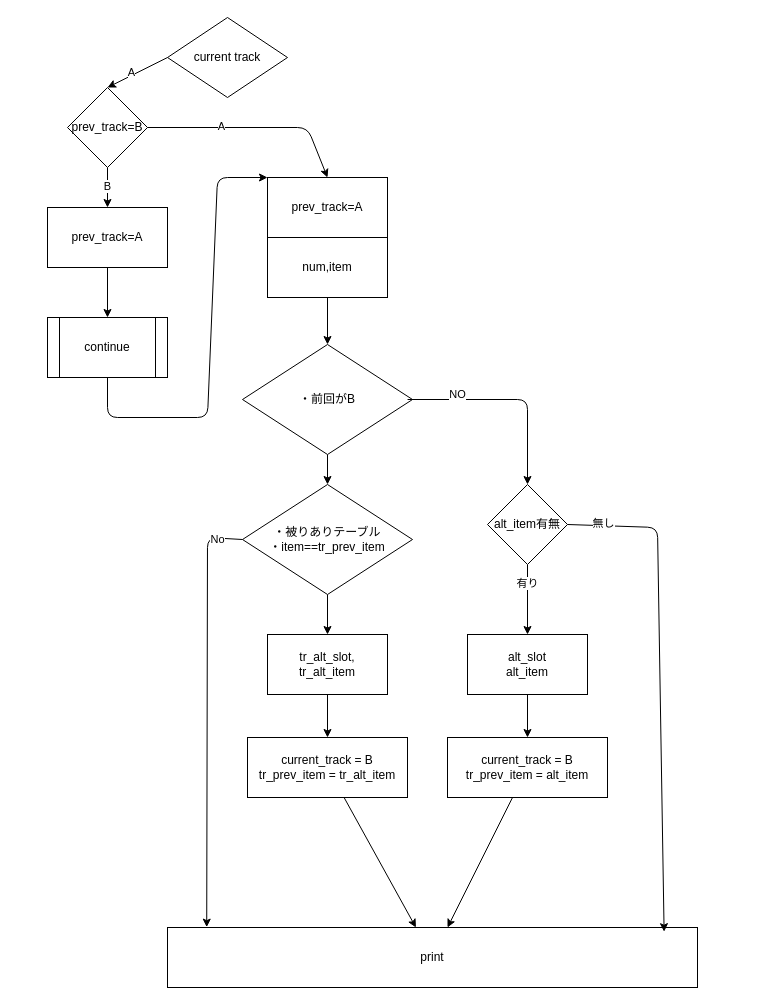
ebae1/nyanko_st keeps this draw.io diagram as page "ページ2" (2 of 2) of フローチャート.dio. Above is the earlier version. Source tidied: cells renumbered, new cells numbered last; positions are measured from the earlier drawing's top-left corner, leaving out a move shared by most shapes. Both pictures are drawn from the tidied source at 100%, with x=0, y=0 at pixel (47, 17).
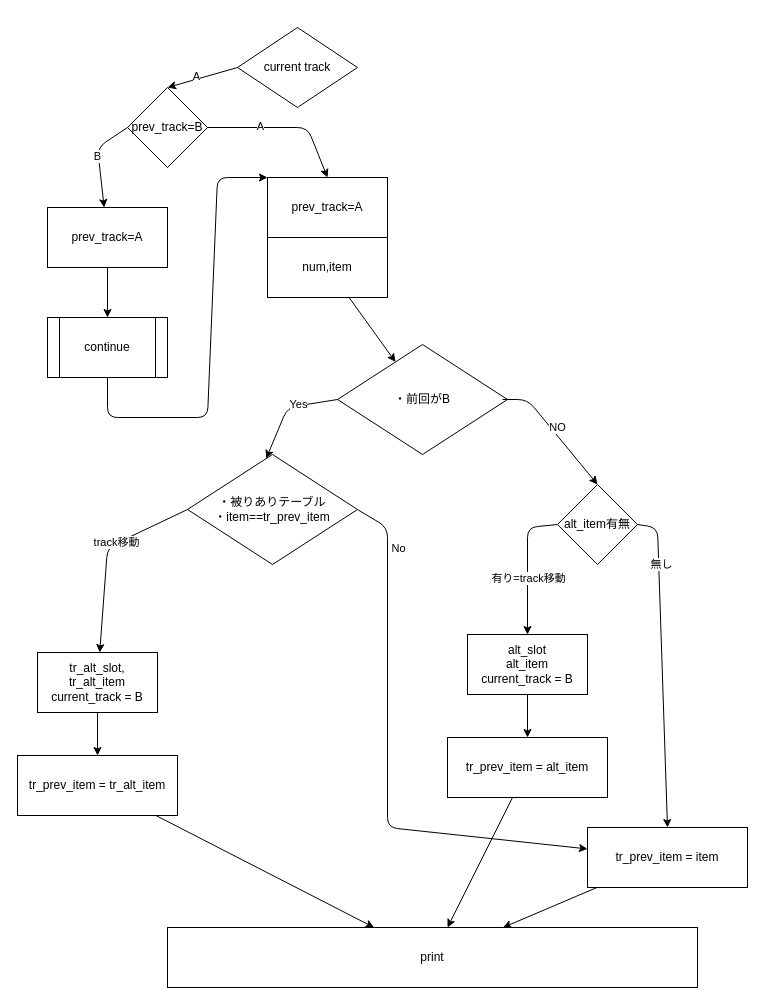
The same diagram, later.

Commit message (it also covers changes not shown here):
ブラッシュアップ

Unchanged cells that the change refers to:
```xml
<mxCell id="17" value="&lt;span style=&quot;color: rgb(0, 0, 0);&quot;&gt;prev_track=A&lt;/span&gt;" style="rounded=0;whiteSpace=wrap;html=1;" parent="1" vertex="1">
  <mxGeometry y="190" width="120" height="60" as="geometry" />
</mxCell>
<mxCell id="24" style="edgeStyle=none;html=1;entryX=0.5;entryY=0;entryDx=0;entryDy=0;exitX=0.971;exitY=0.5;exitDx=0;exitDy=0;exitPerimeter=0;" parent="1" edge="1" source="22" target="29">
  <mxGeometry relative="1" as="geometry">
    <Array as="points">
      <mxPoint x="480" y="382" />
    </Array>
  </mxGeometry>
</mxCell>
<mxCell id="34" value="print" style="rounded=0;whiteSpace=wrap;html=1;" parent="1" vertex="1">
  <mxGeometry x="120" y="910" width="530" height="60" as="geometry" />
</mxCell>
```

The edit, as a diff of the source:
```diff
@@
     <mxCell id="4" value="current track" style="rhombus;whiteSpace=wrap;html=1;" parent="1" vertex="1">
-      <mxGeometry x="120" width="120" height="80" as="geometry" />
+      <mxGeometry x="190" y="10" width="120" height="80" as="geometry" />
     </mxCell>
-    <mxCell id="5" style="edgeStyle=none;html=1;exitX=0.5;exitY=1;exitDx=0;exitDy=0;" parent="1" edge="1" source="7" target="17">
-      <mxGeometry relative="1" as="geometry" />
+    <mxCell id="5" style="edgeStyle=none;html=1;exitX=0;exitY=0.5;exitDx=0;exitDy=0;" parent="1" edge="1" source="7" target="17">
+      <mxGeometry relative="1" as="geometry">
+        <Array as="points">
+          <mxPoint x="50" y="130" />
+        </Array>
+      </mxGeometry>
     </mxCell>
@@
     <mxCell id="7" value="prev_track=B" style="rhombus;whiteSpace=wrap;html=1;" parent="1" vertex="1">
-      <mxGeometry x="20" y="70" width="80" height="80" as="geometry" />
+      <mxGeometry x="80" y="70" width="80" height="80" as="geometry" />
     </mxCell>
@@
-    <mxCell id="16" value="current_track = B&lt;br&gt;tr_prev_item = tr_alt_item" style="rounded=0;whiteSpace=wrap;html=1;" parent="1" vertex="1">
-      <mxGeometry x="200" y="720" width="160" height="60" as="geometry" />
+    <mxCell id="16" value="tr_prev_item = tr_alt_item" style="rounded=0;whiteSpace=wrap;html=1;" parent="1" vertex="1">
+      <mxGeometry x="-30" y="738" width="160" height="60" as="geometry" />
     </mxCell>
@@
-    <mxCell id="20" style="edgeStyle=none;html=1;exitX=0.5;exitY=1;exitDx=0;exitDy=0;" parent="1" edge="1" source="26" target="23">
-      <mxGeometry relative="1" as="geometry" />
-    </mxCell>
-    <mxCell id="21" style="edgeStyle=none;html=1;" parent="1" edge="1" source="22" target="26">
-      <mxGeometry relative="1" as="geometry" />
+    <mxCell id="21" style="edgeStyle=none;html=1;entryX=0.463;entryY=0.036;entryDx=0;entryDy=0;entryPerimeter=0;exitX=0;exitY=0.5;exitDx=0;exitDy=0;" parent="1" edge="1" source="22" target="26">
+      <mxGeometry relative="1" as="geometry">
+        <Array as="points">
+          <mxPoint x="240" y="390" />
+        </Array>
+      </mxGeometry>
     </mxCell>
+    <mxCell id="39" value="Yes" style="edgeLabel;html=1;align=center;verticalAlign=middle;" parent="21" vertex="1">
+      <mxGeometry x="-0.24" y="-2" relative="1" as="geometry" />
+    </mxCell>
     <mxCell id="22" value="&lt;span style=&quot;color: rgb(0, 0, 0);&quot;&gt;・前回がB&lt;br&gt;&lt;/span&gt;" style="rhombus;whiteSpace=wrap;html=1;" parent="1" vertex="1">
-      <mxGeometry x="195" y="327" width="170" height="110" as="geometry" />
+      <mxGeometry x="290" y="327" width="170" height="110" as="geometry" />
     </mxCell>
-    <mxCell id="23" value="tr_alt_slot, &lt;br&gt;tr_alt_item" style="rounded=0;whiteSpace=wrap;html=1;" parent="1" vertex="1">
-      <mxGeometry x="220" y="617" width="120" height="60" as="geometry" />
+    <mxCell id="23" value="tr_alt_slot, &lt;br&gt;tr_alt_item&lt;br&gt;&lt;span style=&quot;color: rgb(0, 0, 0);&quot;&gt;current_track = B&lt;/span&gt;" style="rounded=0;whiteSpace=wrap;html=1;" parent="1" vertex="1">
+      <mxGeometry x="-10" y="635" width="120" height="60" as="geometry" />
     </mxCell>
@@
     <mxCell id="25" value="NO" style="edgeLabel;html=1;align=center;verticalAlign=middle;" parent="24" vertex="1">
       <mxGeometry x="-0.03" y="6" relative="1" as="geometry">
-        <mxPoint x="-50" as="offset" />
+        <mxPoint x="-1" as="offset" />
       </mxGeometry>
     </mxCell>
+    <mxCell id="20" style="edgeStyle=none;html=1;exitX=0;exitY=0.5;exitDx=0;exitDy=0;" parent="1" edge="1" source="26" target="23">
+      <mxGeometry relative="1" as="geometry">
+        <Array as="points">
+          <mxPoint x="60" y="530" />
+        </Array>
+      </mxGeometry>
+    </mxCell>
+    <mxCell id="40" value="track移動" style="edgeLabel;html=1;align=center;verticalAlign=middle;" parent="20" vertex="1">
+      <mxGeometry x="-0.18" y="-1" relative="1" as="geometry" />
+    </mxCell>
     <mxCell id="26" value="&lt;span style=&quot;color: rgb(0, 0, 0);&quot;&gt;&lt;br&gt;・被りありテーブル&lt;br&gt;・item==tr_prev_item&lt;br&gt;&lt;br&gt;&lt;/span&gt;" style="rhombus;whiteSpace=wrap;html=1;" parent="1" vertex="1">
-      <mxGeometry x="195" y="467" width="170" height="110" as="geometry" />
+      <mxGeometry x="140" y="437" width="170" height="110" as="geometry" />
     </mxCell>
-    <mxCell id="27" style="edgeStyle=none;html=1;" parent="1" edge="1" source="29" target="31">
-      <mxGeometry relative="1" as="geometry" />
+    <mxCell id="27" style="edgeStyle=none;html=1;exitX=0;exitY=0.5;exitDx=0;exitDy=0;" parent="1" edge="1" source="29" target="31">
+      <mxGeometry relative="1" as="geometry">
+        <Array as="points">
+          <mxPoint x="480" y="510" />
+        </Array>
+      </mxGeometry>
     </mxCell>
-    <mxCell id="28" value="有り" style="edgeLabel;html=1;align=center;verticalAlign=middle;" parent="27" vertex="1">
-      <mxGeometry x="-0.48" y="-1" relative="1" as="geometry" />
+    <mxCell id="28" value="有り=track移動" style="edgeLabel;html=1;align=center;verticalAlign=middle;" parent="27" vertex="1">
+      <mxGeometry x="-0.48" y="-1" relative="1" as="geometry">
+        <mxPoint x="1" y="45" as="offset" />
+      </mxGeometry>
     </mxCell>
     <mxCell id="29" value="alt_item有無" style="rhombus;whiteSpace=wrap;html=1;" parent="1" vertex="1">
-      <mxGeometry x="440" y="467" width="80" height="80" as="geometry" />
+      <mxGeometry x="510" y="467" width="80" height="80" as="geometry" />
     </mxCell>
@@
-    <mxCell id="31" value="alt_slot&lt;br&gt;alt_item" style="rounded=0;whiteSpace=wrap;html=1;" parent="1" vertex="1">
+    <mxCell id="31" value="alt_slot&lt;br&gt;alt_item&lt;br&gt;&lt;span style=&quot;color: rgb(0, 0, 0);&quot;&gt;current_track = B&lt;/span&gt;" style="rounded=0;whiteSpace=wrap;html=1;" parent="1" vertex="1">
       <mxGeometry x="420" y="617" width="120" height="60" as="geometry" />
     </mxCell>
@@
-    <mxCell id="33" value="current_track = B&lt;br&gt;tr_prev_item = alt_item" style="rounded=0;whiteSpace=wrap;html=1;" parent="1" vertex="1">
+    <mxCell id="33" value="tr_prev_item = alt_item" style="rounded=0;whiteSpace=wrap;html=1;" parent="1" vertex="1">
       <mxGeometry x="400" y="720" width="160" height="60" as="geometry" />
     </mxCell>
@@
-    <mxCell id="35" style="edgeStyle=none;html=1;exitX=0;exitY=0.5;exitDx=0;exitDy=0;entryX=0.074;entryY=-0.006;entryDx=0;entryDy=0;entryPerimeter=0;" parent="1" edge="1" source="26" target="34">
+    <mxCell id="35" style="edgeStyle=none;html=1;exitX=1;exitY=0.5;exitDx=0;exitDy=0;" parent="1" edge="1" source="26" target="42">
       <mxGeometry relative="1" as="geometry">
         <Array as="points">
-          <mxPoint x="160" y="520" />
+          <mxPoint x="340" y="510" />
+          <mxPoint x="340" y="810" />
         </Array>
       </mxGeometry>
     </mxCell>
@@
-    <mxCell id="37" style="edgeStyle=none;html=1;entryX=0.937;entryY=0.07;entryDx=0;entryDy=0;entryPerimeter=0;exitX=1;exitY=0.5;exitDx=0;exitDy=0;" parent="1" edge="1" source="29" target="34">
+    <mxCell id="37" style="edgeStyle=none;html=1;entryX=0.5;entryY=0;entryDx=0;entryDy=0;exitX=1;exitY=0.5;exitDx=0;exitDy=0;" parent="1" edge="1" source="29" target="42">
       <mxGeometry relative="1" as="geometry">
         <Array as="points">
           <mxPoint x="610" y="510" />
         </Array>
       </mxGeometry>
     </mxCell>
     <mxCell id="38" value="無し" style="edgeLabel;html=1;align=center;verticalAlign=middle;" parent="37" vertex="1">
-      <mxGeometry x="-0.86" y="3" relative="1" as="geometry" />
+      <mxGeometry x="-0.86" y="3" relative="1" as="geometry">
+        <mxPoint y="35" as="offset" />
+      </mxGeometry>
     </mxCell>
+    <mxCell id="41" style="edgeStyle=none;html=1;" parent="1" edge="1" source="42" target="34">
+      <mxGeometry relative="1" as="geometry" />
+    </mxCell>
+    <mxCell id="42" value="tr_prev_item = item" style="rounded=0;whiteSpace=wrap;html=1;" parent="1" vertex="1">
+      <mxGeometry x="540" y="810" width="160" height="60" as="geometry" />
+    </mxCell>
```
